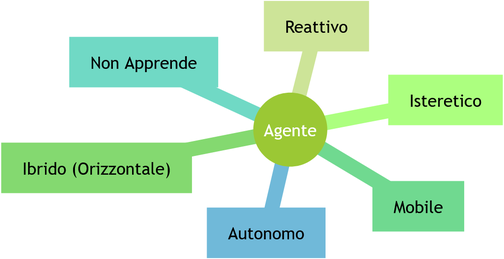
The Mermaid diagram images/agent.png in frefolli/argos-report, before a commit. Its source is kept beside it as diagrams/agent.mmd. Its diagram source:
```mermaid
mindmap
  root((Agente))
    [Isteretico]
    [Reattivo]
    ["Ibrido (Orizzontale)"]
    [Mobile]
    [Non Apprende]
    [Autonomo]
```
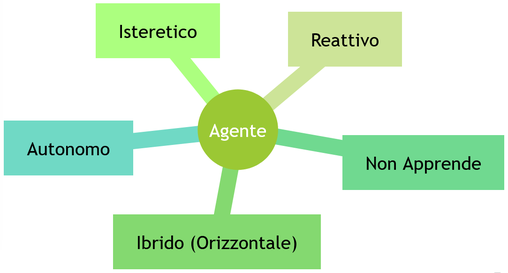
After the change.

Commit message:
fix agent diagram

Change to the diagram source:
```diff
@@ -3,6 +3,5 @@
     [Isteretico]
     [Reattivo]
     ["Ibrido (Orizzontale)"]
-    [Mobile]
     [Non Apprende]
     [Autonomo]
```
